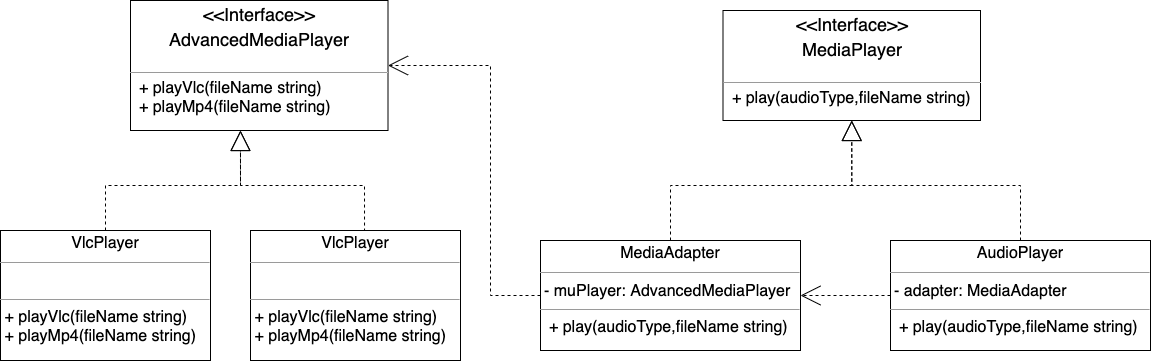
Above: img/pattern-adapter.png in boilingfrog/design-pattern-learning (draw.io), before the change. Source tidied: cells renumbered, new cells last; positions are measured from the earlier drawing's top-left corner, leaving out a move shared by most shapes.
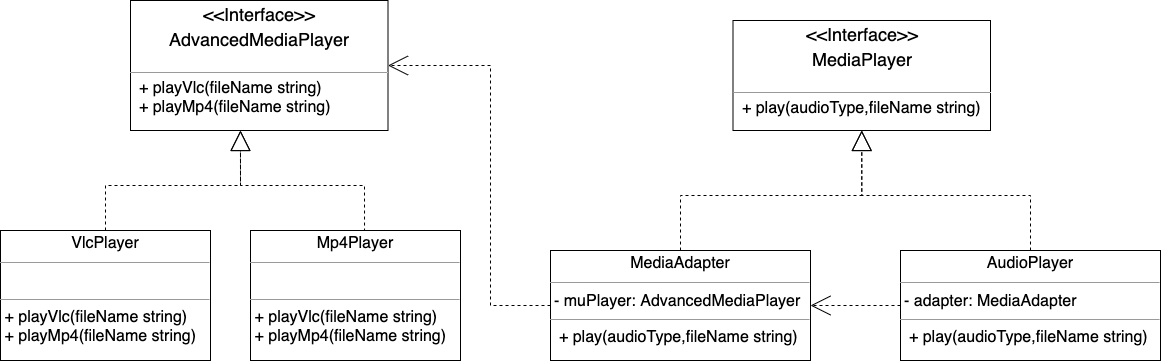
After the change.

Commit message:
适配器模式

Diff of the diagram source:
```diff
@@ -8,8 +8,8 @@
     <mxCell id="3" style="edgeStyle=orthogonalEdgeStyle;rounded=0;jumpSize=0;jettySize=auto;html=1;entryX=1;entryY=0.5;entryDx=0;entryDy=0;dashed=1;startArrow=none;startFill=0;endArrow=open;endFill=0;startSize=18;endSize=18;sourcePerimeterSpacing=18;targetPerimeterSpacing=17;exitX=0;exitY=0.5;exitDx=0;exitDy=0;" parent="1" edge="1" source="4" target="9">
       <mxGeometry relative="1" as="geometry">
         <Array as="points">
-          <mxPoint x="490" y="295" />
-          <mxPoint x="490" y="65" />
+          <mxPoint x="480" y="295" />
+          <mxPoint x="480" y="55" />
         </Array>
       </mxGeometry>
     </mxCell>
@@ -29,21 +29,21 @@
       <mxGeometry x="890" y="240" width="260" height="110" as="geometry" />
     </mxCell>
     <mxCell id="9" value="&lt;p style=&quot;margin: 4px 0px 0px ; text-align: center ; font-size: 18px&quot;&gt;&amp;lt;&amp;lt;Interface&amp;gt;&amp;gt;&lt;/p&gt;&lt;p style=&quot;margin: 4px 0px 0px ; text-align: center ; font-size: 18px&quot;&gt;AdvancedMediaPlayer&lt;/p&gt;&lt;p style=&quot;margin: 0px 0px 0px 4px ; font-size: 13px&quot;&gt;&lt;font style=&quot;font-size: 13px&quot;&gt;&lt;br&gt;&lt;/font&gt;&lt;/p&gt;&lt;hr size=&quot;1&quot; style=&quot;font-size: 13px&quot;&gt;&lt;span style=&quot;font-size: 16px&quot;&gt;&amp;nbsp; + playVlc(fileName string)&lt;br&gt;&lt;/span&gt;&lt;span style=&quot;font-size: 16px&quot;&gt;&amp;nbsp; + playMp4(fileName string)&lt;/span&gt;&lt;span style=&quot;font-size: 16px&quot;&gt;&lt;br&gt;&lt;/span&gt;" style="verticalAlign=top;align=left;overflow=fill;fontSize=12;fontFamily=Helvetica;html=1;" parent="1" vertex="1">
-      <mxGeometry x="130" width="257.5" height="130" as="geometry" />
+      <mxGeometry x="120" y="-10" width="257.5" height="130" as="geometry" />
     </mxCell>
     <mxCell id="10" style="edgeStyle=orthogonalEdgeStyle;rounded=0;jumpSize=0;jettySize=auto;html=1;entryX=0.427;entryY=1;entryDx=0;entryDy=0;entryPerimeter=0;dashed=1;startArrow=none;startFill=0;endArrow=block;endFill=0;startSize=18;endSize=18;sourcePerimeterSpacing=18;targetPerimeterSpacing=17;exitX=0.5;exitY=0;exitDx=0;exitDy=0;" parent="1" edge="1" source="11" target="9">
       <mxGeometry relative="1" as="geometry" />
     </mxCell>
     <mxCell id="11" value="&lt;p style=&quot;text-align: center ; margin: 4px 0px 0px&quot;&gt;&lt;span style=&quot;font-size: 16px&quot;&gt;VlcPlayer&lt;/span&gt;&lt;/p&gt;&lt;hr size=&quot;1&quot; style=&quot;font-size: 18px&quot;&gt;&lt;p style=&quot;margin: 0px 0px 0px 4px ; font-size: 16px&quot;&gt;&lt;br&gt;&lt;/p&gt;&lt;hr size=&quot;1&quot; style=&quot;font-size: 16px&quot;&gt;&lt;span style=&quot;font-size: 16px&quot;&gt;&amp;nbsp;+ playVlc(fileName string)&lt;br&gt;&lt;/span&gt;&lt;span style=&quot;font-size: 16px&quot;&gt;&amp;nbsp;+ playMp4(fileName string)&lt;/span&gt;&lt;span style=&quot;font-size: 16px&quot;&gt;&lt;br&gt;&lt;/span&gt;" style="verticalAlign=top;align=left;overflow=fill;fontSize=12;fontFamily=Helvetica;html=1;" parent="1" vertex="1">
-      <mxGeometry y="230" width="210" height="130" as="geometry" />
+      <mxGeometry x="-10" y="220" width="210" height="130" as="geometry" />
     </mxCell>
     <mxCell id="12" style="edgeStyle=orthogonalEdgeStyle;rounded=0;jumpSize=0;jettySize=auto;html=1;dashed=1;startArrow=none;startFill=0;endArrow=block;endFill=0;startSize=18;endSize=18;sourcePerimeterSpacing=18;targetPerimeterSpacing=17;exitX=0.543;exitY=0.008;exitDx=0;exitDy=0;exitPerimeter=0;" parent="1" edge="1" source="13">
       <mxGeometry relative="1" as="geometry">
-        <mxPoint x="240" y="130" as="targetPoint" />
+        <mxPoint x="230" y="120" as="targetPoint" />
       </mxGeometry>
     </mxCell>
-    <mxCell id="13" value="&lt;p style=&quot;text-align: center ; margin: 4px 0px 0px&quot;&gt;&lt;span style=&quot;font-size: 16px&quot;&gt;VlcPlayer&lt;/span&gt;&lt;/p&gt;&lt;hr size=&quot;1&quot; style=&quot;font-size: 18px&quot;&gt;&lt;p style=&quot;margin: 0px 0px 0px 4px ; font-size: 16px&quot;&gt;&lt;br&gt;&lt;/p&gt;&lt;hr size=&quot;1&quot; style=&quot;font-size: 16px&quot;&gt;&lt;span style=&quot;font-size: 16px&quot;&gt;&amp;nbsp;+ playVlc(fileName string)&lt;br&gt;&lt;/span&gt;&lt;span style=&quot;font-size: 16px&quot;&gt;&amp;nbsp;+ playMp4(fileName string)&lt;/span&gt;&lt;span style=&quot;font-size: 16px&quot;&gt;&lt;br&gt;&lt;/span&gt;" style="verticalAlign=top;align=left;overflow=fill;fontSize=12;fontFamily=Helvetica;html=1;" parent="1" vertex="1">
-      <mxGeometry x="250" y="230" width="210" height="130" as="geometry" />
+    <mxCell id="13" value="&lt;p style=&quot;text-align: center ; margin: 4px 0px 0px&quot;&gt;&lt;span style=&quot;font-size: 16px&quot;&gt;Mp4Player&lt;/span&gt;&lt;/p&gt;&lt;hr size=&quot;1&quot; style=&quot;font-size: 18px&quot;&gt;&lt;p style=&quot;margin: 0px 0px 0px 4px ; font-size: 16px&quot;&gt;&lt;br&gt;&lt;/p&gt;&lt;hr size=&quot;1&quot; style=&quot;font-size: 16px&quot;&gt;&lt;span style=&quot;font-size: 16px&quot;&gt;&amp;nbsp;+ playVlc(fileName string)&lt;br&gt;&lt;/span&gt;&lt;span style=&quot;font-size: 16px&quot;&gt;&amp;nbsp;+ playMp4(fileName string)&lt;/span&gt;&lt;span style=&quot;font-size: 16px&quot;&gt;&lt;br&gt;&lt;/span&gt;" style="verticalAlign=top;align=left;overflow=fill;fontSize=12;fontFamily=Helvetica;html=1;" parent="1" vertex="1">
+      <mxGeometry x="240" y="220" width="210" height="130" as="geometry" />
     </mxCell>
   </root>
 </mxGraphModel>
```
